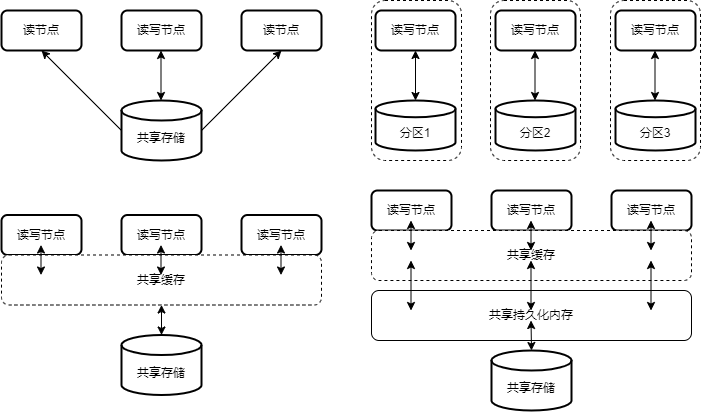
The draw.io diagram Shared Arch.drawio.png in rehoboan/Draw-Files, before a commit. Source tidied: cells renumbered, new cells last; positions are measured from the earlier drawing's top-left corner, leaving out a move shared by most shapes.
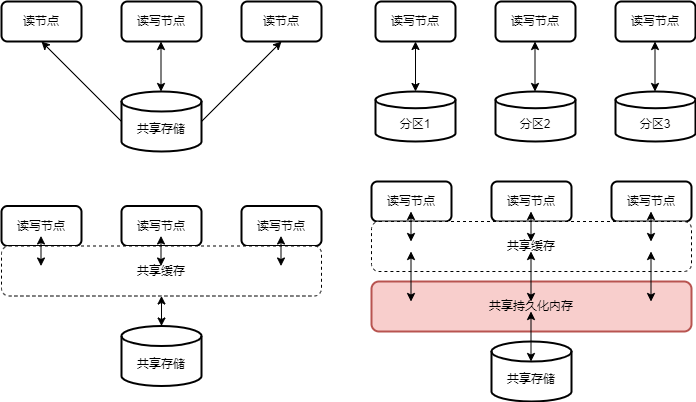
Later version of the same file.

The edit, as a diff of the source:
```diff
@@ -2,15 +2,6 @@
   <root>
     <mxCell id="0" />
     <mxCell id="1" parent="0" />
-    <mxCell id="2" style="rounded=1;whiteSpace=wrap;html=1;dashed=1;" parent="1" vertex="1">
-      <mxGeometry x="609" width="90" height="160" as="geometry" />
-    </mxCell>
-    <mxCell id="3" style="rounded=1;whiteSpace=wrap;html=1;dashed=1;" parent="1" vertex="1">
-      <mxGeometry x="489" width="90" height="160" as="geometry" />
-    </mxCell>
-    <mxCell id="4" style="rounded=1;whiteSpace=wrap;html=1;dashed=1;" parent="1" vertex="1">
-      <mxGeometry x="370" width="90" height="160" as="geometry" />
-    </mxCell>
     <mxCell id="5" value="读节点" style="rounded=1;whiteSpace=wrap;html=1;strokeWidth=2;fontFamily=Helvetica;" parent="1" vertex="1">
       <mxGeometry y="10" width="80" height="40" as="geometry" />
     </mxCell>
@@ -137,7 +128,7 @@
         <mxPoint x="649.5" y="220" as="targetPoint" />
       </mxGeometry>
     </mxCell>
-    <mxCell id="38" value="共享持久化内存" style="rounded=1;whiteSpace=wrap;html=1;" parent="1" vertex="1">
+    <mxCell id="38" value="共享持久化内存" style="rounded=1;whiteSpace=wrap;html=1;strokeWidth=2;fillColor=#f8cecc;strokeColor=#b85450;" parent="1" vertex="1">
       <mxGeometry x="370" y="290" width="320" height="50" as="geometry" />
     </mxCell>
     <mxCell id="39" style="endArrow=classic;startArrow=classic;html=1;rounded=0;" parent="1" edge="1">
@@ -160,7 +151,7 @@
     </mxCell>
     <mxCell id="42" style="endArrow=classic;startArrow=classic;html=1;rounded=0;" parent="1" edge="1">
       <mxGeometry relative="1" as="geometry">
-        <mxPoint x="530" y="350" as="sourcePoint" />
+        <mxPoint x="529.5" y="370" as="sourcePoint" />
         <mxPoint x="529.5" y="320" as="targetPoint" />
       </mxGeometry>
     </mxCell>
```
